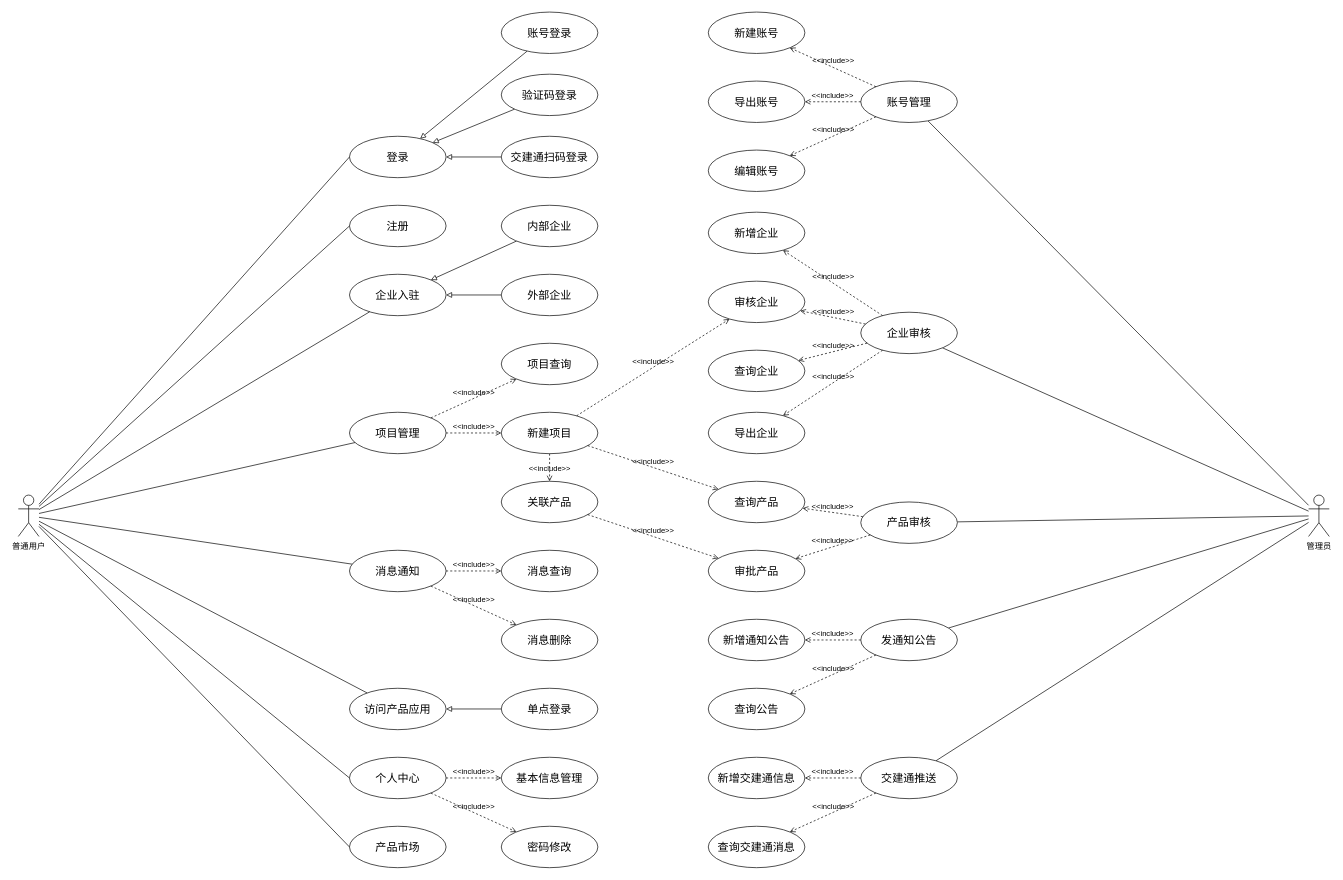
Qunz/drawio keeps this draw.io diagram as page "用例图" (2 of 3) of others/产品中心.drawio. Above is the earlier version. Source tidied: cells renumbered, new cells numbered last; positions are measured from the earlier drawing's top-left corner, leaving out a move shared by most shapes. Both pictures are drawn from the tidied source at 69%, with x=0, y=0 at pixel (18, 12).
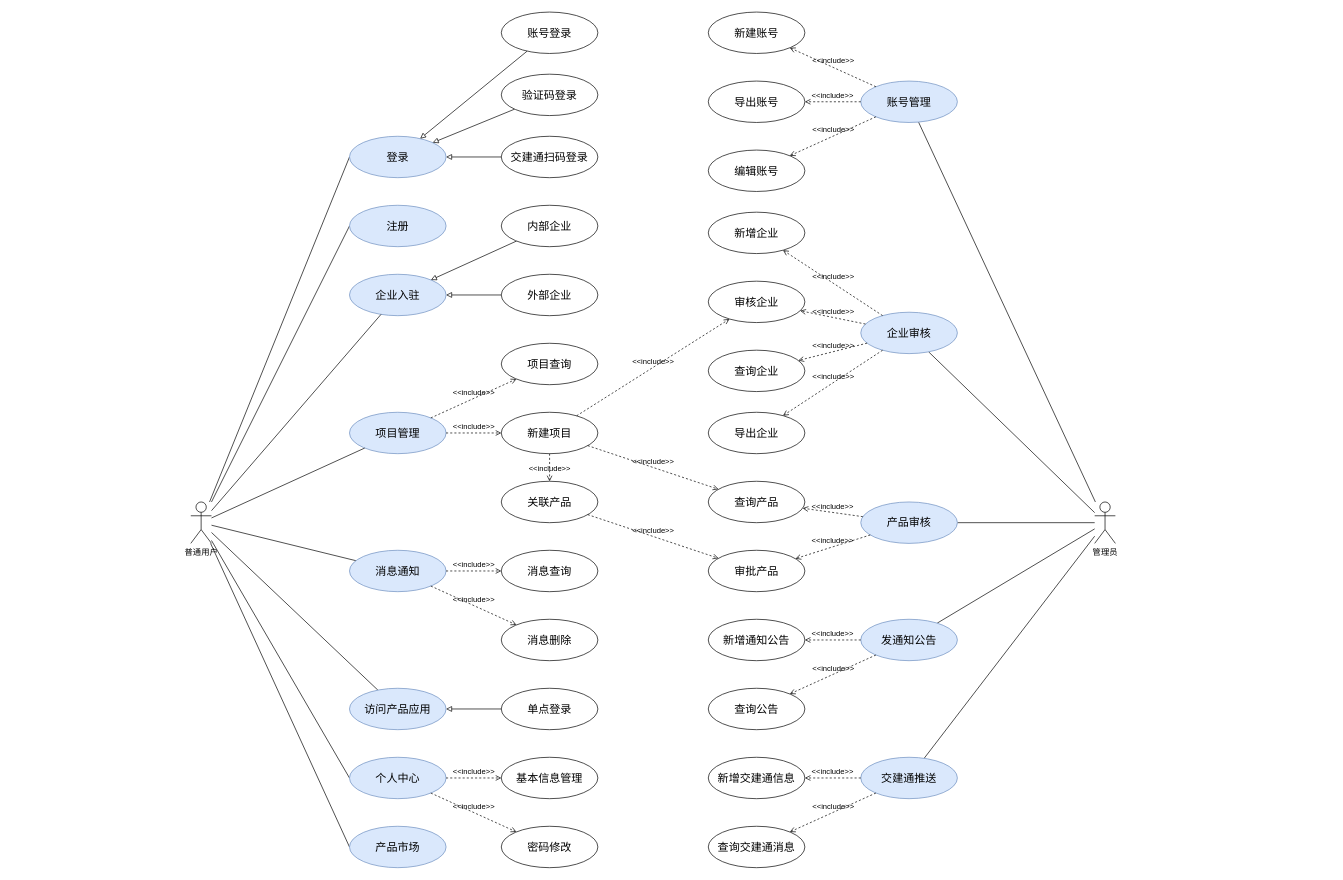
The same page after the edit.

Change to the diagram source:
```diff
@@
-    <mxCell id="2" value="企业入驻" style="ellipse;whiteSpace=wrap;html=1;fontSize=16;" parent="1" vertex="1">
+    <mxCell id="2" value="企业入驻" style="ellipse;whiteSpace=wrap;html=1;fontSize=16;fillColor=#dae8fc;strokeColor=#6c8ebf;" parent="1" vertex="1">
       <mxGeometry x="480" y="380" width="140" height="60" as="geometry" />
     </mxCell>
-    <mxCell id="3" value="项目管理" style="ellipse;whiteSpace=wrap;html=1;fontSize=16;" parent="1" vertex="1">
+    <mxCell id="3" value="项目管理" style="ellipse;whiteSpace=wrap;html=1;fontSize=16;fillColor=#dae8fc;strokeColor=#6c8ebf;" parent="1" vertex="1">
       <mxGeometry x="480" y="580" width="140" height="60" as="geometry" />
     </mxCell>
@@
     <mxCell id="11" value="普通用户" style="shape=umlActor;verticalLabelPosition=bottom;verticalAlign=top;html=1;" parent="1" vertex="1">
-      <mxGeometry y="700" width="30" height="60" as="geometry" />
+      <mxGeometry x="250" y="710" width="30" height="60" as="geometry" />
     </mxCell>
@@
-    <mxCell id="13" value="消息通知" style="ellipse;whiteSpace=wrap;html=1;fontSize=16;" parent="1" vertex="1">
+    <mxCell id="13" value="消息通知" style="ellipse;whiteSpace=wrap;html=1;fontSize=16;fillColor=#dae8fc;strokeColor=#6c8ebf;" parent="1" vertex="1">
       <mxGeometry x="480" y="780" width="140" height="60" as="geometry" />
     </mxCell>
-    <mxCell id="14" value="访问产品应用" style="ellipse;whiteSpace=wrap;html=1;fontSize=16;" parent="1" vertex="1">
+    <mxCell id="14" value="访问产品应用" style="ellipse;whiteSpace=wrap;html=1;fontSize=16;fillColor=#dae8fc;strokeColor=#6c8ebf;" parent="1" vertex="1">
       <mxGeometry x="480" y="980" width="140" height="60" as="geometry" />
     </mxCell>
@@
     <mxCell id="22" value="管理员" style="shape=umlActor;verticalLabelPosition=bottom;verticalAlign=top;html=1;" parent="1" vertex="1">
-      <mxGeometry x="1870" y="700" width="30" height="60" as="geometry" />
+      <mxGeometry x="1560" y="710" width="30" height="60" as="geometry" />
     </mxCell>
@@
-    <mxCell id="27" value="产品审核" style="ellipse;whiteSpace=wrap;html=1;fontSize=16;" parent="1" vertex="1">
+    <mxCell id="27" value="产品审核" style="ellipse;whiteSpace=wrap;html=1;fontSize=16;fillColor=#dae8fc;strokeColor=#6c8ebf;" parent="1" vertex="1">
       <mxGeometry x="1221" y="710" width="140" height="60" as="geometry" />
     </mxCell>
-    <mxCell id="28" value="发通知公告" style="ellipse;whiteSpace=wrap;html=1;fontSize=16;" parent="1" vertex="1">
+    <mxCell id="28" value="发通知公告" style="ellipse;whiteSpace=wrap;html=1;fontSize=16;fillColor=#dae8fc;strokeColor=#6c8ebf;" parent="1" vertex="1">
       <mxGeometry x="1221" y="880" width="140" height="60" as="geometry" />
     </mxCell>
-    <mxCell id="29" value="交建通推送" style="ellipse;whiteSpace=wrap;html=1;fontSize=16;" parent="1" vertex="1">
+    <mxCell id="29" value="交建通推送" style="ellipse;whiteSpace=wrap;html=1;fontSize=16;fillColor=#dae8fc;strokeColor=#6c8ebf;" parent="1" vertex="1">
       <mxGeometry x="1221" y="1080" width="140" height="60" as="geometry" />
     </mxCell>
-    <mxCell id="30" value="账号管理" style="ellipse;whiteSpace=wrap;html=1;fontSize=16;" parent="1" vertex="1">
+    <mxCell id="30" value="账号管理" style="ellipse;whiteSpace=wrap;html=1;fontSize=16;fillColor=#dae8fc;strokeColor=#6c8ebf;" parent="1" vertex="1">
       <mxGeometry x="1221" y="100" width="140" height="60" as="geometry" />
     </mxCell>
-    <mxCell id="31" value="登录" style="ellipse;whiteSpace=wrap;html=1;fontSize=16;" parent="1" vertex="1">
+    <mxCell id="31" value="登录" style="ellipse;whiteSpace=wrap;html=1;fontSize=16;fillColor=#dae8fc;strokeColor=#6c8ebf;" parent="1" vertex="1">
       <mxGeometry x="480" y="180" width="140" height="60" as="geometry" />
     </mxCell>
@@
-    <mxCell id="38" value="注册" style="ellipse;whiteSpace=wrap;html=1;fontSize=16;" parent="1" vertex="1">
+    <mxCell id="38" value="注册" style="ellipse;whiteSpace=wrap;html=1;fontSize=16;fillColor=#dae8fc;strokeColor=#6c8ebf;" parent="1" vertex="1">
       <mxGeometry x="480" y="280" width="140" height="60" as="geometry" />
     </mxCell>
@@
-    <mxCell id="49" value="个人中心" style="ellipse;whiteSpace=wrap;html=1;fontSize=16;" parent="1" vertex="1">
+    <mxCell id="49" value="个人中心" style="ellipse;whiteSpace=wrap;html=1;fontSize=16;fillColor=#dae8fc;strokeColor=#6c8ebf;" parent="1" vertex="1">
       <mxGeometry x="480" y="1080" width="140" height="60" as="geometry" />
     </mxCell>
@@
-    <mxCell id="54" value="产品市场" style="ellipse;whiteSpace=wrap;html=1;fontSize=16;" parent="1" vertex="1">
+    <mxCell id="54" value="产品市场" style="ellipse;whiteSpace=wrap;html=1;fontSize=16;fillColor=#dae8fc;strokeColor=#6c8ebf;" parent="1" vertex="1">
       <mxGeometry x="480" y="1180" width="140" height="60" as="geometry" />
     </mxCell>
@@
-    <mxCell id="59" value="企业审核" style="ellipse;whiteSpace=wrap;html=1;fontSize=16;" parent="1" vertex="1">
+    <mxCell id="59" value="企业审核" style="ellipse;whiteSpace=wrap;html=1;fontSize=16;fillColor=#dae8fc;strokeColor=#6c8ebf;" parent="1" vertex="1">
       <mxGeometry x="1221" y="435" width="140" height="60" as="geometry" />
     </mxCell>
```
